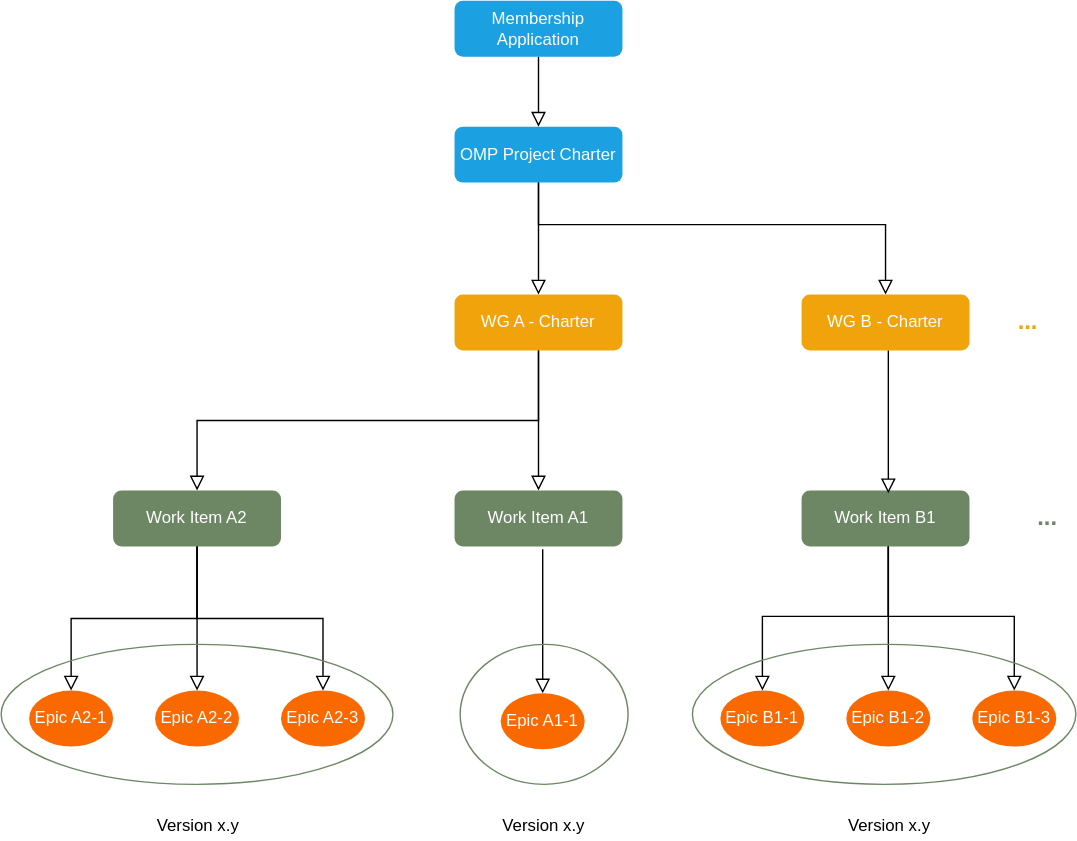
Before: images/omp-breakdown.svg, a diagram exported from draw.io (pawanpurbey/rules_of_engagement). Source tidied: cells renumbered, new cells last; positions are measured from the earlier drawing's top-left corner, leaving out a move shared by most shapes.
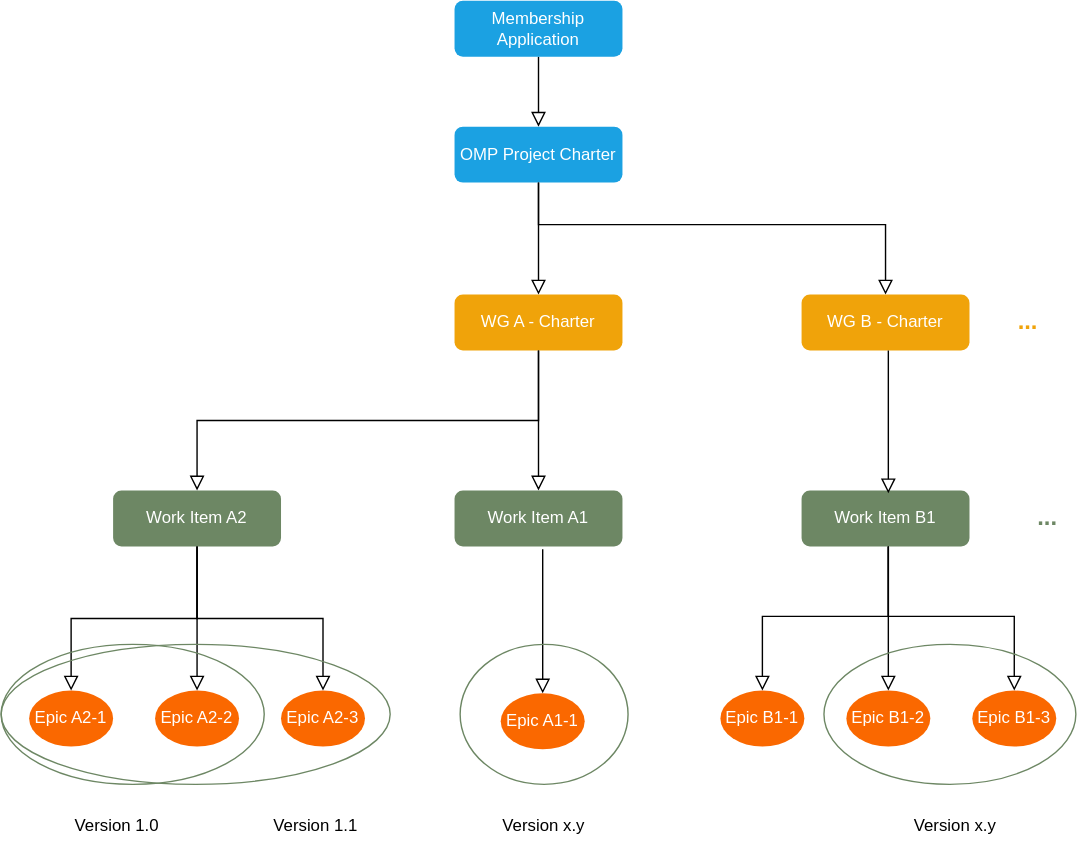
Later version of the same file.

Commit message:
update diagram to enclose or not epics

Change to the diagram source:
```diff
@@ -113,16 +113,16 @@
       <mxGeometry x="714" y="220" width="40" height="20" as="geometry" />
     </mxCell>
     <mxCell id="30" style="ellipse;whiteSpace=wrap;html=1;fillColor=none;strokeColor=#6D8764;" parent="1" vertex="1">
-      <mxGeometry y="460" width="280" height="100" as="geometry" />
+      <mxGeometry y="460" width="188" height="100" as="geometry" />
     </mxCell>
-    <mxCell id="31" value="Version x.y" style="text;html=1;strokeColor=none;fillColor=none;align=center;verticalAlign=middle;whiteSpace=wrap;rounded=0;" parent="1" vertex="1">
-      <mxGeometry x="110" y="580" width="62" height="20" as="geometry" />
+    <mxCell id="31" value="Version 1.0" style="text;html=1;strokeColor=none;fillColor=none;align=center;verticalAlign=middle;whiteSpace=wrap;rounded=0;" parent="1" vertex="1">
+      <mxGeometry x="48" y="580" width="70" height="20" as="geometry" />
     </mxCell>
     <mxCell id="32" style="ellipse;whiteSpace=wrap;html=1;fillColor=none;strokeColor=#6D8764;" parent="1" vertex="1">
-      <mxGeometry x="494" y="460" width="274" height="100" as="geometry" />
+      <mxGeometry x="588" y="460" width="180" height="100" as="geometry" />
     </mxCell>
     <mxCell id="33" value="Version x.y" style="text;html=1;strokeColor=none;fillColor=none;align=center;verticalAlign=middle;whiteSpace=wrap;rounded=0;" parent="1" vertex="1">
-      <mxGeometry x="604" y="580" width="62" height="20" as="geometry" />
+      <mxGeometry x="651" y="580" width="62" height="20" as="geometry" />
     </mxCell>
     <mxCell id="34" style="ellipse;whiteSpace=wrap;html=1;fillColor=none;strokeColor=#6D8764;" parent="1" vertex="1">
       <mxGeometry x="328" y="460" width="120" height="100" as="geometry" />
@@ -133,5 +133,11 @@
     <mxCell id="36" value="&lt;font style=&quot;font-size: 17px&quot; color=&quot;#6d8764&quot;&gt;&lt;b&gt;...&lt;/b&gt;&lt;/font&gt;" style="text;html=1;strokeColor=none;fillColor=none;align=center;verticalAlign=middle;whiteSpace=wrap;rounded=0;fontColor=#F0A30A;" parent="1" vertex="1">
       <mxGeometry x="728" y="360" width="40" height="20" as="geometry" />
     </mxCell>
+    <mxCell id="37" style="ellipse;whiteSpace=wrap;html=1;fillColor=none;strokeColor=#6D8764;" parent="1" vertex="1">
+      <mxGeometry y="460" width="278" height="100" as="geometry" />
+    </mxCell>
+    <mxCell id="38" value="Version 1.1" style="text;html=1;strokeColor=none;fillColor=none;align=center;verticalAlign=middle;whiteSpace=wrap;rounded=0;" parent="1" vertex="1">
+      <mxGeometry x="190" y="580" width="70" height="20" as="geometry" />
+    </mxCell>
   </root>
 </mxGraphModel>
```
